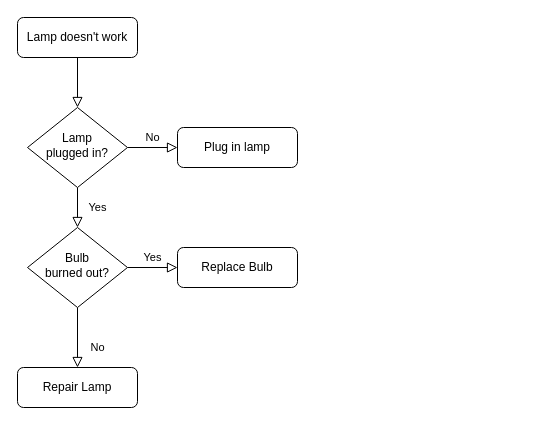
Before: models/uitvoerxml.drawio in goos76/cz, a draw.io diagram. Source tidied: cells renumbered, new cells numbered last; positions are measured from the earlier drawing's top-left corner, leaving out a move shared by most shapes. Both pictures are drawn from the tidied source at 100%, with x=0, y=0 at pixel (17, 17).
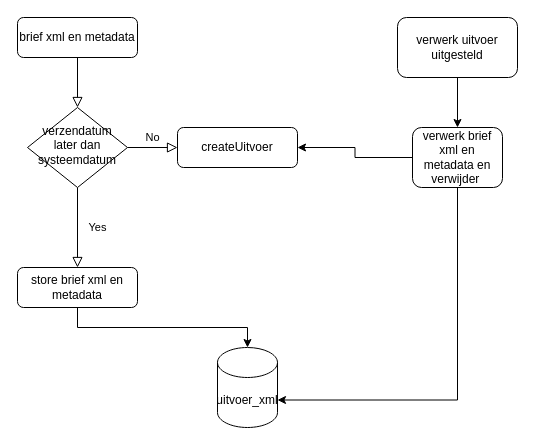
After the change.

Change to the diagram source:
```diff
@@
 <mxGraphModel>
   <root>
     <mxCell id="0" />
     <mxCell id="1" parent="0" />
     <mxCell id="2" style="rounded=0;html=1;jettySize=auto;fontSize=11;endArrow=block;endFill=0;endSize=8;strokeWidth=1;shadow=0;labelBackgroundColor=none;edgeStyle=orthogonalEdgeStyle;" parent="1" edge="1" source="3" target="6">
       <mxGeometry relative="1" as="geometry" />
     </mxCell>
-    <mxCell id="3" value="Lamp doesn't work" style="rounded=1;whiteSpace=wrap;html=1;fontSize=12;glass=0;strokeWidth=1;shadow=0;" parent="1" vertex="1">
+    <mxCell id="3" value="brief xml en metadata" style="rounded=1;whiteSpace=wrap;html=1;fontSize=12;glass=0;strokeWidth=1;shadow=0;" parent="1" vertex="1">
       <mxGeometry width="120" height="40" as="geometry" />
     </mxCell>
-    <mxCell id="4" value="Yes" style="rounded=0;html=1;jettySize=auto;fontSize=11;endArrow=block;endFill=0;endSize=8;strokeWidth=1;shadow=0;labelBackgroundColor=none;edgeStyle=orthogonalEdgeStyle;" parent="1" edge="1" source="6" target="10">
+    <mxCell id="4" value="Yes" style="rounded=0;html=1;jettySize=auto;fontSize=11;endArrow=block;endFill=0;endSize=8;strokeWidth=1;shadow=0;labelBackgroundColor=none;edgeStyle=orthogonalEdgeStyle;entryX=0.5;entryY=0;entryDx=0;entryDy=0;" parent="1" edge="1" source="6" target="12">
       <mxGeometry y="20" relative="1" as="geometry" />
     </mxCell>
     <mxCell id="5" value="No" style="edgeStyle=orthogonalEdgeStyle;rounded=0;html=1;jettySize=auto;fontSize=11;endArrow=block;endFill=0;endSize=8;strokeWidth=1;shadow=0;labelBackgroundColor=none;" parent="1" edge="1" source="6" target="7">
       <mxGeometry y="10" relative="1" as="geometry" />
     </mxCell>
-    <mxCell id="6" value="Lamp&lt;br&gt;plugged in?" style="rhombus;whiteSpace=wrap;html=1;shadow=0;fontFamily=Helvetica;fontSize=12;align=center;strokeWidth=1;spacing=6;spacingTop=-4;" parent="1" vertex="1">
+    <mxCell id="6" value="verzendatum later dan systeemdatum" style="rhombus;whiteSpace=wrap;html=1;shadow=0;fontFamily=Helvetica;fontSize=12;align=center;strokeWidth=1;spacing=6;spacingTop=-4;" parent="1" vertex="1">
       <mxGeometry x="10" y="90" width="100" height="80" as="geometry" />
     </mxCell>
-    <mxCell id="7" value="Plug in lamp" style="rounded=1;whiteSpace=wrap;html=1;fontSize=12;glass=0;strokeWidth=1;shadow=0;" parent="1" vertex="1">
+    <mxCell id="7" value="createUitvoer" style="rounded=1;whiteSpace=wrap;html=1;fontSize=12;glass=0;strokeWidth=1;shadow=0;" parent="1" vertex="1">
       <mxGeometry x="160" y="110" width="120" height="40" as="geometry" />
     </mxCell>
-    <mxCell id="8" value="No" style="rounded=0;html=1;jettySize=auto;fontSize=11;endArrow=block;endFill=0;endSize=8;strokeWidth=1;shadow=0;labelBackgroundColor=none;edgeStyle=orthogonalEdgeStyle;" parent="1" edge="1" source="10" target="11">
-      <mxGeometry x="0.33" y="20" relative="1" as="geometry" />
-    </mxCell>
-    <mxCell id="9" value="Yes" style="edgeStyle=orthogonalEdgeStyle;rounded=0;html=1;jettySize=auto;fontSize=11;endArrow=block;endFill=0;endSize=8;strokeWidth=1;shadow=0;labelBackgroundColor=none;" parent="1" edge="1" source="10" target="12">
-      <mxGeometry y="10" relative="1" as="geometry" />
-    </mxCell>
-    <mxCell id="10" value="Bulb&lt;br&gt;burned out?" style="rhombus;whiteSpace=wrap;html=1;shadow=0;fontFamily=Helvetica;fontSize=12;align=center;strokeWidth=1;spacing=6;spacingTop=-4;" parent="1" vertex="1">
-      <mxGeometry x="10" y="210" width="100" height="80" as="geometry" />
-    </mxCell>
-    <mxCell id="11" value="Repair Lamp" style="rounded=1;whiteSpace=wrap;html=1;fontSize=12;glass=0;strokeWidth=1;shadow=0;" parent="1" vertex="1">
-      <mxGeometry y="350" width="120" height="40" as="geometry" />
-    </mxCell>
+    <mxCell id="13" style="edgeStyle=orthogonalEdgeStyle;rounded=0;jettySize=auto;html=1;exitX=0.5;exitY=1;exitDx=0;exitDy=0;" parent="1" edge="1" source="12" target="14">
+      <mxGeometry relative="1" as="geometry" />
+    </mxCell>
-    <mxCell id="12" value="Replace Bulb" style="rounded=1;whiteSpace=wrap;html=1;fontSize=12;glass=0;strokeWidth=1;shadow=0;" parent="1" vertex="1">
-      <mxGeometry x="160" y="230" width="120" height="40" as="geometry" />
+    <mxCell id="12" value="store brief xml en metadata" style="rounded=1;whiteSpace=wrap;html=1;fontSize=12;glass=0;strokeWidth=1;shadow=0;" parent="1" vertex="1">
+      <mxGeometry y="250" width="120" height="40" as="geometry" />
     </mxCell>
+    <mxCell id="14" value="uitvoer_xml" style="shape=cylinder3;whiteSpace=wrap;html=1;boundedLbl=1;backgroundOutline=1;size=15;" parent="1" vertex="1">
+      <mxGeometry x="200" y="330" width="60" height="80" as="geometry" />
+    </mxCell>
+    <mxCell id="15" style="edgeStyle=orthogonalEdgeStyle;rounded=0;jettySize=auto;html=1;exitX=0.5;exitY=1;exitDx=0;exitDy=0;entryX=0.5;entryY=0;entryDx=0;entryDy=0;" parent="1" edge="1" source="16" target="19">
+      <mxGeometry relative="1" as="geometry" />
+    </mxCell>
+    <mxCell id="16" value="verwerk uitvoer uitgesteld" style="rounded=1;whiteSpace=wrap;html=1;" parent="1" vertex="1">
+      <mxGeometry x="380" width="120" height="60" as="geometry" />
+    </mxCell>
+    <mxCell id="17" style="edgeStyle=orthogonalEdgeStyle;rounded=0;jettySize=auto;html=1;exitX=0.5;exitY=1;exitDx=0;exitDy=0;entryX=1;entryY=0;entryDx=0;entryDy=52.5;entryPerimeter=0;" parent="1" edge="1" source="19" target="14">
+      <mxGeometry relative="1" as="geometry" />
+    </mxCell>
+    <mxCell id="18" style="edgeStyle=orthogonalEdgeStyle;rounded=0;jettySize=auto;html=1;entryX=1;entryY=0.5;entryDx=0;entryDy=0;" parent="1" edge="1" source="19" target="7">
+      <mxGeometry relative="1" as="geometry" />
+    </mxCell>
+    <mxCell id="19" value="verwerk brief xml en metadata en verwijder&amp;nbsp;" style="rounded=1;whiteSpace=wrap;html=1;" parent="1" vertex="1">
+      <mxGeometry x="395" y="110" width="90" height="60" as="geometry" />
+    </mxCell>
   </root>
 </mxGraphModel>
```
